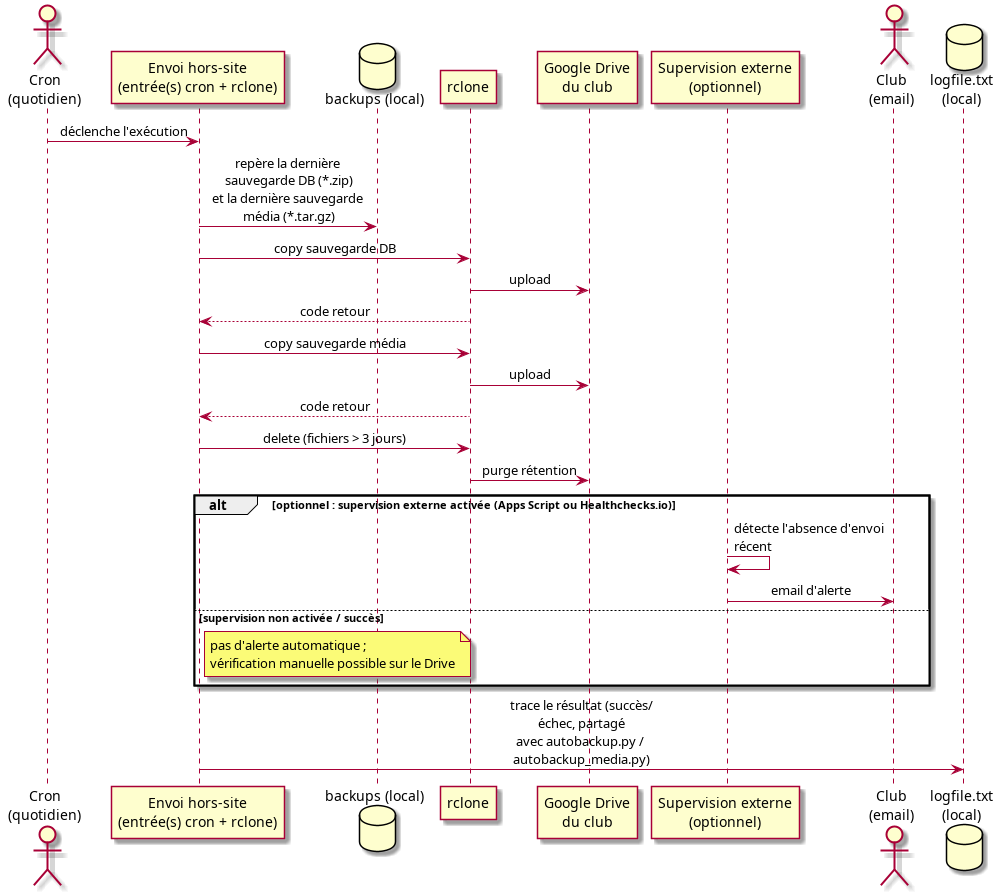
flub78/gvv keeps this PlantUML diagram as doc/design_notes/diagrams/sauvegarde_hors_site_flow.png. Above is the earlier version. Its source is kept beside it as doc/design_notes/diagrams/sauvegarde_hors_site_flow.puml. The source it was exported from:
```plantuml
@startuml sauvegarde_hors_site_flow
skinparam sequenceMessageAlign center
skinparam maxMessageSize 160

actor "Cron\n(quotidien)" as Cron
participant "Envoi hors-site\n(entrée(s) cron + rclone)" as Script
database "backups (local)" as Local
participant "rclone" as Rclone
participant "Google Drive\ndu club" as Drive
participant "Supervision externe\n(optionnel)" as Smtp
actor "Club\n(email)" as Club
database "logfile.txt\n(local)" as Log

Cron -> Script : déclenche l'exécution
Script -> Local : repère la dernière sauvegarde DB (*.zip)\net la dernière sauvegarde média (*.tar.gz)
Script -> Rclone : copy sauvegarde DB
Rclone -> Drive : upload
Rclone --> Script : code retour

Script -> Rclone : copy sauvegarde média
Rclone -> Drive : upload
Rclone --> Script : code retour

Script -> Rclone : delete (fichiers > 3 jours)
Rclone -> Drive : purge rétention

alt optionnel : supervision externe activée (Apps Script ou Healthchecks.io)
    Smtp -> Smtp : détecte l'absence d'envoi récent
    Smtp -> Club : email d'alerte
else supervision non activée / succès
    note right of Script : pas d'alerte automatique ;\nvérification manuelle possible sur le Drive
end

Script -> Log : trace le résultat (succès/échec, partagé\navec autobackup.py / autobackup_media.py)

@enduml
```
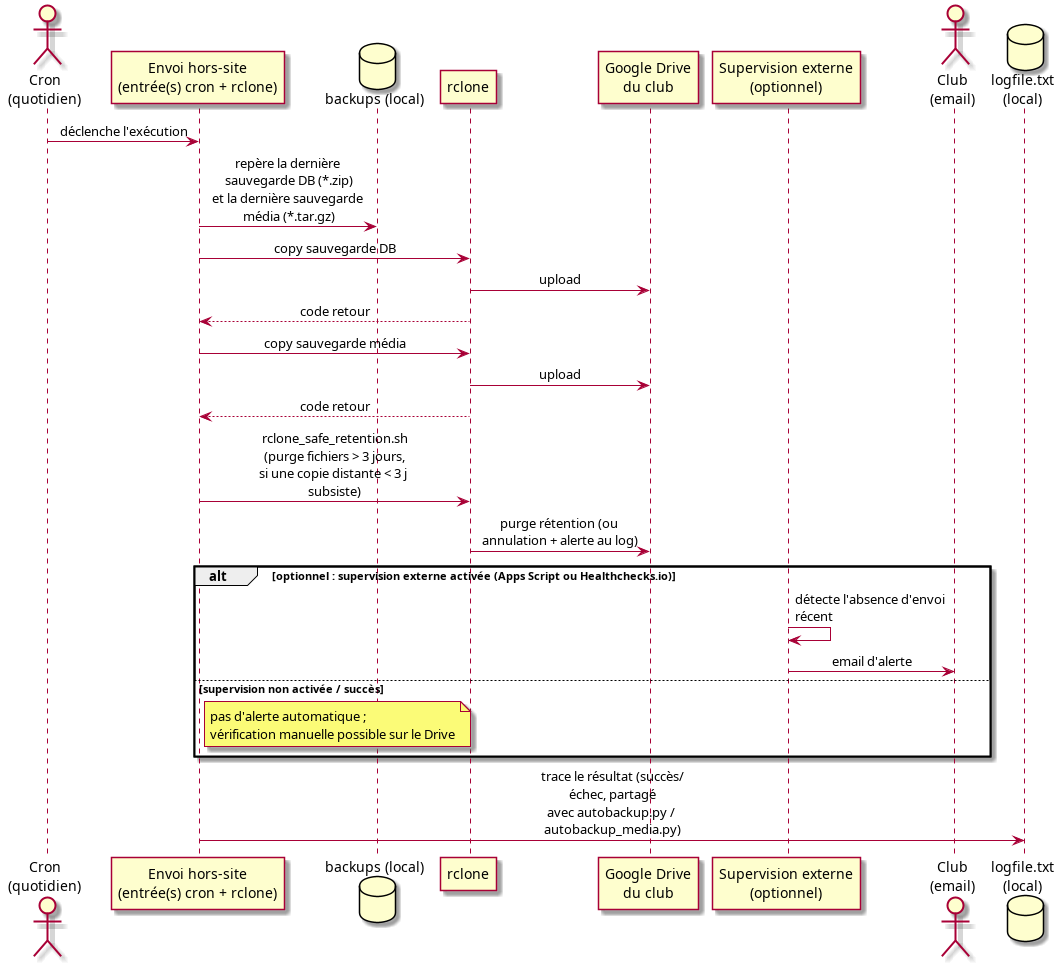
Above is the later version.

Change to the diagram source:
```diff
@@ -21,8 +21,8 @@
 Rclone -> Drive : upload
 Rclone --> Script : code retour
 
-Script -> Rclone : delete (fichiers > 3 jours)
-Rclone -> Drive : purge rétention
+Script -> Rclone : rclone_safe_retention.sh\n(purge fichiers > 3 jours,\nsi une copie distante < 3 j subsiste)
+Rclone -> Drive : purge rétention (ou annulation + alerte au log)
 
 alt optionnel : supervision externe activée (Apps Script ou Healthchecks.io)
     Smtp -> Smtp : détecte l'absence d'envoi récent
```
